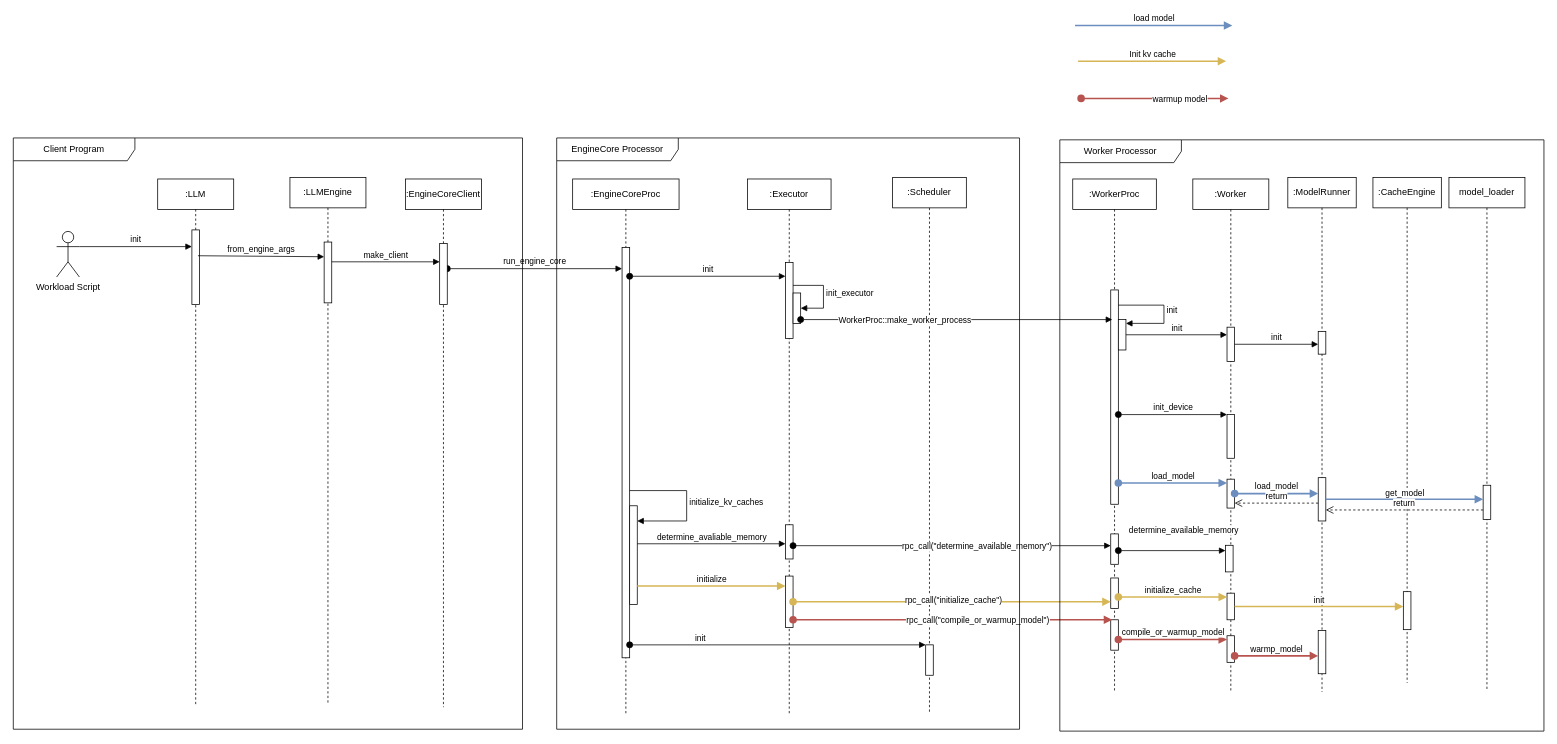
The draw.io diagram page "LLM.init" (2 of 10) of vllm/engine/vllm.drawio in chaojun-zhang/vllm, before the edit. Source tidied: cells renumbered, new cells numbered last; positions are measured from the earlier drawing's top-left corner, leaving out a move shared by most shapes. Both pictures are drawn from the tidied source at 76%, with x=0, y=0 at pixel (13, 25).
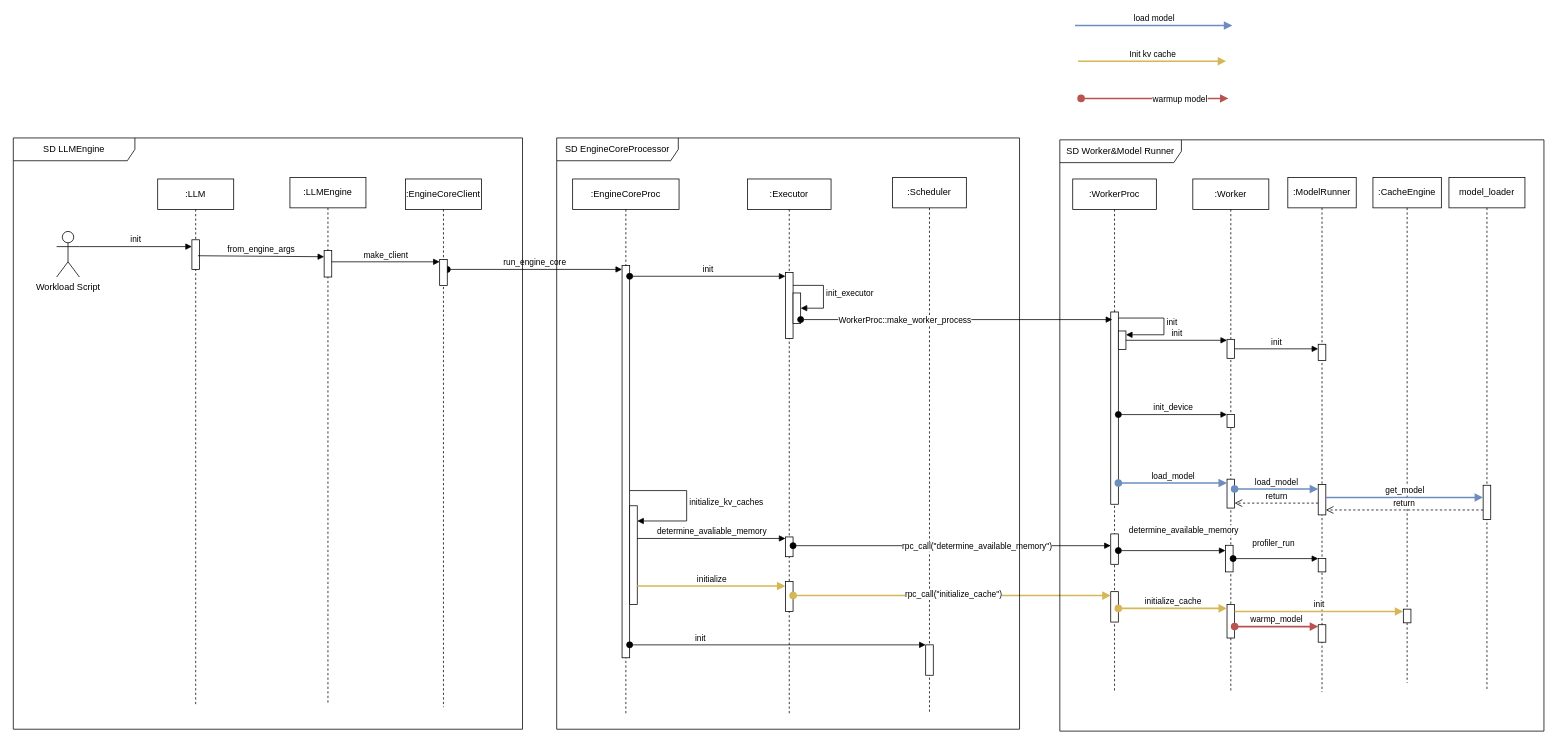
Above is the later version.

The change refers to these unchanged cells:
```xml
<mxCell id="2" value=":EngineCoreProc" style="shape=umlLifeline;whiteSpace=wrap;html=1;newEdgeStyle={&quot;curved&quot;:0,&quot;rounded&quot;:0};perimeter=rectanglePerimeter;targetShapes=umlLifeline;participant=label;" parent="1" vertex="1">
  <mxGeometry x="736" y="202" width="140" height="705" as="geometry" />
</mxCell>
<mxCell id="7" value=":Executor" style="shape=umlLifeline;perimeter=lifelinePerimeter;whiteSpace=wrap;html=1;newEdgeStyle={&quot;curved&quot;:0,&quot;rounded&quot;:0};" parent="1" vertex="1">
  <mxGeometry x="966" y="202" width="110" height="705" as="geometry" />
</mxCell>
<mxCell id="17" value=":WorkerProc" style="shape=umlLifeline;perimeter=lifelinePerimeter;whiteSpace=wrap;html=1;newEdgeStyle={&quot;curved&quot;:0,&quot;rounded&quot;:0};" parent="1" vertex="1">
  <mxGeometry x="1394" y="202" width="110" height="675" as="geometry" />
</mxCell>
<mxCell id="24" value=":Worker" style="shape=umlLifeline;perimeter=lifelinePerimeter;whiteSpace=wrap;html=1;newEdgeStyle={&quot;curved&quot;:0,&quot;rounded&quot;:0};" parent="1" vertex="1">
  <mxGeometry x="1552" y="202" width="100" height="675" as="geometry" />
</mxCell>
<mxCell id="27" style="html=1;points=[[0,0,0,0,5],[0,1,0,0,-5],[1,0,0,0,5],[1,1,0,0,-5]];perimeter=orthogonalPerimeter;outlineConnect=0;targetShapes=umlLifeline;portConstraint=eastwest;newEdgeStyle={&quot;curved&quot;:0,&quot;rounded&quot;:0};" parent="24" vertex="1">
  <mxGeometry x="45" y="395" width="10" height="38" as="geometry" />
</mxCell>
<mxCell id="30" style="html=1;points=[[0,0,0,0,5],[0,1,0,0,-5],[1,0,0,0,5],[1,1,0,0,-5]];perimeter=orthogonalPerimeter;outlineConnect=0;targetShapes=umlLifeline;portConstraint=eastwest;newEdgeStyle={&quot;curved&quot;:0,&quot;rounded&quot;:0};" parent="24" vertex="1">
  <mxGeometry x="43" y="482" width="10" height="35" as="geometry" />
</mxCell>
<mxCell id="33" value=":ModelRunner" style="shape=umlLifeline;perimeter=lifelinePerimeter;whiteSpace=wrap;html=1;newEdgeStyle={&quot;curved&quot;:0,&quot;rounded&quot;:0};" parent="1" vertex="1">
  <mxGeometry x="1677" y="200" width="90" height="677" as="geometry" />
</mxCell>
<mxCell id="38" value=":CacheEngine" style="shape=umlLifeline;perimeter=lifelinePerimeter;whiteSpace=wrap;html=1;newEdgeStyle={&quot;curved&quot;:0,&quot;rounded&quot;:0};" parent="1" vertex="1">
  <mxGeometry x="1789" y="200" width="90" height="665" as="geometry" />
</mxCell>
<mxCell id="45" style="html=1;points=[[0,0,0,0,5],[0,1,0,0,-5],[1,0,0,0,5],[1,1,0,0,-5]];perimeter=orthogonalPerimeter;outlineConnect=0;targetShapes=umlLifeline;portConstraint=eastwest;newEdgeStyle={&quot;curved&quot;:0,&quot;rounded&quot;:0};" parent="44" vertex="1">
  <mxGeometry x="45" y="405" width="10" height="45" as="geometry" />
</mxCell>
<mxCell id="58" value=":EngineCoreClient" style="shape=umlLifeline;perimeter=lifelinePerimeter;whiteSpace=wrap;html=1;newEdgeStyle={&quot;curved&quot;:0,&quot;rounded&quot;:0};" parent="1" vertex="1">
  <mxGeometry x="516" y="202" width="100" height="695" as="geometry" />
</mxCell>
<mxCell id="60" value=":LLMEngine" style="shape=umlLifeline;perimeter=lifelinePerimeter;whiteSpace=wrap;html=1;newEdgeStyle={&quot;curved&quot;:0,&quot;rounded&quot;:0};" parent="1" vertex="1">
  <mxGeometry x="364" y="200" width="100" height="692" as="geometry" />
</mxCell>
<mxCell id="63" value=":LLM" style="shape=umlLifeline;perimeter=lifelinePerimeter;whiteSpace=wrap;html=1;newEdgeStyle={&quot;curved&quot;:0,&quot;rounded&quot;:0};" parent="1" vertex="1">
  <mxGeometry x="190" y="202" width="100" height="694" as="geometry" />
</mxCell>
```

The edit, as a diff of the source:
```diff
@@
     <mxCell id="3" style="html=1;points=[[0,0,0,0,5],[0,1,0,0,-5],[1,0,0,0,5],[1,1,0,0,-5]];perimeter=orthogonalPerimeter;outlineConnect=0;targetShapes=umlLifeline;portConstraint=eastwest;newEdgeStyle={&quot;curved&quot;:0,&quot;rounded&quot;:0};" parent="2" vertex="1">
-      <mxGeometry x="65" y="90" width="10" height="540" as="geometry" />
+      <mxGeometry x="65" y="114" width="10" height="516" as="geometry" />
     </mxCell>
@@
-    <mxCell id="6" value="run_engine_core" style="html=1;verticalAlign=bottom;startArrow=oval;endArrow=block;startSize=8;curved=0;rounded=0;" parent="1" edge="1" source="59">
+    <mxCell id="6" value="run_engine_core" style="html=1;verticalAlign=bottom;startArrow=oval;endArrow=block;startSize=8;curved=0;rounded=0;" parent="1" edge="1">
       <mxGeometry relative="1" as="geometry">
-        <mxPoint x="801" y="320" as="targetPoint" />
+        <mxPoint x="571" y="321" as="sourcePoint" />
+        <mxPoint x="801" y="321" as="targetPoint" />
       </mxGeometry>
     </mxCell>
@@
     <mxCell id="8" style="html=1;points=[[0,0,0,0,5],[0,1,0,0,-5],[1,0,0,0,5],[1,1,0,0,-5]];perimeter=orthogonalPerimeter;outlineConnect=0;targetShapes=umlLifeline;portConstraint=eastwest;newEdgeStyle={&quot;curved&quot;:0,&quot;rounded&quot;:0};" parent="7" vertex="1">
-      <mxGeometry x="50" y="110" width="10" height="100" as="geometry" />
+      <mxGeometry x="50" y="123" width="10" height="87" as="geometry" />
     </mxCell>
@@
     <mxCell id="11" style="html=1;points=[[0,0,0,0,5],[0,1,0,0,-5],[1,0,0,0,5],[1,1,0,0,-5]];perimeter=orthogonalPerimeter;outlineConnect=0;targetShapes=umlLifeline;portConstraint=eastwest;newEdgeStyle={&quot;curved&quot;:0,&quot;rounded&quot;:0};" parent="7" vertex="1">
-      <mxGeometry x="50" y="522.5" width="10" height="67.5" as="geometry" />
+      <mxGeometry x="50" y="529.5" width="10" height="39.5" as="geometry" />
     </mxCell>
     <mxCell id="12" style="html=1;perimeter=orthogonalPerimeter;targetShapes=umlLifeline;newEdgeStyle={&quot;curved&quot;:0,&quot;rounded&quot;:0};" parent="7" vertex="1">
-      <mxGeometry x="50" y="455" width="10" height="45" as="geometry" />
+      <mxGeometry x="50" y="471" width="10" height="26" as="geometry" />
     </mxCell>
@@
     <mxCell id="18" style="html=1;points=[[0,0,0,0,5],[0,1,0,0,-5],[1,0,0,0,5],[1,1,0,0,-5]];perimeter=orthogonalPerimeter;outlineConnect=0;targetShapes=umlLifeline;portConstraint=eastwest;newEdgeStyle={&quot;curved&quot;:0,&quot;rounded&quot;:0};" parent="17" vertex="1">
-      <mxGeometry x="50" y="146" width="10" height="282" as="geometry" />
+      <mxGeometry x="50" y="175" width="10" height="253" as="geometry" />
     </mxCell>
-    <mxCell id="19" style="html=1;points=[[0,0,0,0,5],[0,1,0,0,-5],[1,0,0,0,5],[1,1,0,0,-5]];perimeter=orthogonalPerimeter;outlineConnect=0;targetShapes=umlLifeline;portConstraint=eastwest;newEdgeStyle={&quot;curved&quot;:0,&quot;rounded&quot;:0};" parent="17" vertex="1">
-      <mxGeometry x="60" y="185" width="10" height="40" as="geometry" />
-    </mxCell>
-    <mxCell id="20" value="init" style="html=1;align=left;spacingLeft=2;endArrow=block;rounded=0;edgeStyle=orthogonalEdgeStyle;curved=0;rounded=0;" parent="17" edge="1" source="18" target="19">
-      <mxGeometry relative="1" as="geometry">
-        <Array as="points">
-          <mxPoint x="120" y="166" />
-          <mxPoint x="120" y="190" />
-        </Array>
-      </mxGeometry>
-    </mxCell>
     <mxCell id="21" style="html=1;points=[[0,0,0,0,5],[0,1,0,0,-5],[1,0,0,0,5],[1,1,0,0,-5]];perimeter=orthogonalPerimeter;outlineConnect=0;targetShapes=umlLifeline;portConstraint=eastwest;newEdgeStyle={&quot;curved&quot;:0,&quot;rounded&quot;:0};" parent="17" vertex="1">
-      <mxGeometry x="50" y="525" width="10" height="40" as="geometry" />
+      <mxGeometry x="50" y="543" width="10" height="40" as="geometry" />
     </mxCell>
-    <mxCell id="22" style="html=1;points=[[0,0,0,0,5],[0,1,0,0,-5],[1,0,0,0,5],[1,1,0,0,-5]];perimeter=orthogonalPerimeter;outlineConnect=0;targetShapes=umlLifeline;portConstraint=eastwest;newEdgeStyle={&quot;curved&quot;:0,&quot;rounded&quot;:0};" parent="17" vertex="1">
-      <mxGeometry x="50" y="580" width="10" height="40" as="geometry" />
-    </mxCell>
@@
     <mxCell id="25" style="html=1;points=[[0,0,0,0,5],[0,1,0,0,-5],[1,0,0,0,5],[1,1,0,0,-5]];perimeter=orthogonalPerimeter;outlineConnect=0;targetShapes=umlLifeline;portConstraint=eastwest;newEdgeStyle={&quot;curved&quot;:0,&quot;rounded&quot;:0};" parent="24" vertex="1">
-      <mxGeometry x="45" y="195" width="10" height="45" as="geometry" />
+      <mxGeometry x="45" y="211" width="10" height="25" as="geometry" />
     </mxCell>
     <mxCell id="26" style="html=1;points=[[0,0,0,0,5],[0,1,0,0,-5],[1,0,0,0,5],[1,1,0,0,-5]];perimeter=orthogonalPerimeter;outlineConnect=0;targetShapes=umlLifeline;portConstraint=eastwest;newEdgeStyle={&quot;curved&quot;:0,&quot;rounded&quot;:0};" parent="24" vertex="1">
-      <mxGeometry x="45" y="310" width="10" height="57.5" as="geometry" />
+      <mxGeometry x="45" y="310" width="10" height="17" as="geometry" />
     </mxCell>
@@
     <mxCell id="28" style="html=1;points=[[0,0,0,0,5],[0,1,0,0,-5],[1,0,0,0,5],[1,1,0,0,-5]];perimeter=orthogonalPerimeter;outlineConnect=0;targetShapes=umlLifeline;portConstraint=eastwest;newEdgeStyle={&quot;curved&quot;:0,&quot;rounded&quot;:0};" parent="24" vertex="1">
-      <mxGeometry x="45" y="545" width="10" height="35" as="geometry" />
+      <mxGeometry x="45" y="560" width="10" height="44" as="geometry" />
     </mxCell>
-    <mxCell id="29" style="html=1;points=[[0,0,0,0,5],[0,1,0,0,-5],[1,0,0,0,5],[1,1,0,0,-5]];perimeter=orthogonalPerimeter;outlineConnect=0;targetShapes=umlLifeline;portConstraint=eastwest;newEdgeStyle={&quot;curved&quot;:0,&quot;rounded&quot;:0};" parent="24" vertex="1">
-      <mxGeometry x="45" y="601" width="10" height="35" as="geometry" />
-    </mxCell>
@@
     <mxCell id="34" style="html=1;points=[[0,0,0,0,5],[0,1,0,0,-5],[1,0,0,0,5],[1,1,0,0,-5]];perimeter=orthogonalPerimeter;outlineConnect=0;targetShapes=umlLifeline;portConstraint=eastwest;newEdgeStyle={&quot;curved&quot;:0,&quot;rounded&quot;:0};" parent="33" vertex="1">
-      <mxGeometry x="40" y="202.5" width="10" height="30" as="geometry" />
+      <mxGeometry x="40" y="219.5" width="10" height="21.5" as="geometry" />
     </mxCell>
     <mxCell id="35" style="html=1;points=[[0,0,0,0,5],[0,1,0,0,-5],[1,0,0,0,5],[1,1,0,0,-5]];perimeter=orthogonalPerimeter;outlineConnect=0;targetShapes=umlLifeline;portConstraint=eastwest;newEdgeStyle={&quot;curved&quot;:0,&quot;rounded&quot;:0};" parent="33" vertex="1">
-      <mxGeometry x="40" y="395" width="10" height="57" as="geometry" />
+      <mxGeometry x="40" y="404" width="10" height="40" as="geometry" />
     </mxCell>
-    <mxCell id="36" style="html=1;perimeter=orthogonalPerimeter;targetShapes=umlLifeline;newEdgeStyle={&quot;curved&quot;:0,&quot;rounded&quot;:0};" parent="33" vertex="1">
-      <mxGeometry x="40" y="596" width="10" height="57" as="geometry" />
-    </mxCell>
@@
     <mxCell id="39" style="html=1;points=[[0,0,0,0,5],[0,1,0,0,-5],[1,0,0,0,5],[1,1,0,0,-5]];perimeter=orthogonalPerimeter;outlineConnect=0;targetShapes=umlLifeline;portConstraint=eastwest;newEdgeStyle={&quot;curved&quot;:0,&quot;rounded&quot;:0};" parent="38" vertex="1">
-      <mxGeometry x="40" y="545" width="10" height="50" as="geometry" />
+      <mxGeometry x="40" y="568" width="10" height="18" as="geometry" />
     </mxCell>
-    <mxCell id="40" value="init" style="html=1;verticalAlign=bottom;endArrow=block;curved=0;rounded=0;fillColor=#fff2cc;strokeColor=#d6b656;strokeWidth=2;" parent="1" edge="1" source="28" target="39">
-      <mxGeometry relative="1" as="geometry" />
-    </mxCell>
@@
-    <mxCell id="43" value="load_model" style="html=1;verticalAlign=bottom;startArrow=oval;endArrow=block;startSize=8;curved=0;rounded=0;fillColor=#dae8fc;strokeColor=#6c8ebf;strokeWidth=2;" parent="1" edge="1" source="27" target="35">
-      <mxGeometry relative="1" as="geometry" />
+    <mxCell id="43" value="load_model" style="html=1;verticalAlign=bottom;startArrow=oval;endArrow=block;startSize=8;curved=0;rounded=0;fillColor=#dae8fc;strokeColor=#6c8ebf;strokeWidth=2;" parent="1" edge="1">
+      <mxGeometry relative="1" as="geometry">
+        <mxPoint x="1607" y="610" as="sourcePoint" />
+        <mxPoint x="1717" y="610" as="targetPoint" />
+      </mxGeometry>
     </mxCell>
@@
-    <mxCell id="46" value="get_model" style="html=1;verticalAlign=bottom;endArrow=block;curved=0;rounded=0;fillColor=#dae8fc;strokeColor=#6c8ebf;strokeWidth=2;" parent="1" edge="1" source="35" target="45">
-      <mxGeometry relative="1" as="geometry" />
+    <mxCell id="46" value="get_model" style="html=1;verticalAlign=bottom;endArrow=block;curved=0;rounded=0;fillColor=#dae8fc;strokeColor=#6c8ebf;strokeWidth=2;" parent="1" edge="1">
+      <mxGeometry relative="1" as="geometry">
+        <mxPoint x="1727" y="621" as="sourcePoint" />
+        <mxPoint x="1934" y="621" as="targetPoint" />
+      </mxGeometry>
     </mxCell>
-    <mxCell id="47" style="html=1;verticalAlign=bottom;startArrow=oval;endArrow=block;startSize=8;curved=0;rounded=0;fillColor=#fff2cc;strokeColor=#d6b656;strokeWidth=2;" parent="1" edge="1" source="11" target="21">
-      <mxGeometry x="23" y="295" as="geometry" />
+    <mxCell id="47" style="html=1;verticalAlign=bottom;startArrow=oval;endArrow=block;startSize=8;curved=0;rounded=0;fillColor=#fff2cc;strokeColor=#d6b656;strokeWidth=2;" parent="1" edge="1">
+      <mxGeometry x="23" y="295" as="geometry">
+        <mxPoint x="1026" y="750.2" as="sourcePoint" />
+        <mxPoint x="1444" y="750.2" as="targetPoint" />
+      </mxGeometry>
     </mxCell>
@@
-    <mxCell id="49" value="initialize_cache" style="html=1;verticalAlign=bottom;startArrow=oval;endArrow=block;startSize=8;curved=0;rounded=0;entryX=0;entryY=0;entryDx=0;entryDy=5;fillColor=#fff2cc;strokeColor=#d6b656;strokeWidth=2;" parent="1" edge="1" source="21" target="28">
-      <mxGeometry relative="1" as="geometry" />
+    <mxCell id="49" value="initialize_cache" style="html=1;verticalAlign=bottom;startArrow=oval;endArrow=block;startSize=8;curved=0;rounded=0;entryX=0;entryY=0;entryDx=0;entryDy=5;fillColor=#fff2cc;strokeColor=#d6b656;strokeWidth=2;" parent="1" edge="1">
+      <mxGeometry relative="1" as="geometry">
+        <mxPoint x="1454" y="767" as="sourcePoint" />
+        <mxPoint x="1597" y="767" as="targetPoint" />
+      </mxGeometry>
     </mxCell>
     <mxCell id="50" value="determine_avaliable_memory" style="html=1;verticalAlign=bottom;endArrow=block;curved=0;rounded=0;entryX=0;entryY=1;entryDx=0;entryDy=-5;entryPerimeter=0;" parent="1" edge="1">
       <mxGeometry relative="1" as="geometry">
-        <mxPoint x="821" y="682" as="sourcePoint" />
-        <mxPoint x="1016" y="682" as="targetPoint" />
+        <mxPoint x="821" y="675" as="sourcePoint" />
+        <mxPoint x="1016" y="675" as="targetPoint" />
       </mxGeometry>
     </mxCell>
@@
-    <mxCell id="52" style="html=1;verticalAlign=bottom;startArrow=oval;endArrow=block;startSize=8;curved=0;rounded=0;strokeWidth=2;fillColor=#f8cecc;strokeColor=#b85450;" parent="1" edge="1">
-      <mxGeometry x="23" y="295" as="geometry">
-        <mxPoint x="1026" y="782" as="sourcePoint" />
-        <mxPoint x="1446" y="782" as="targetPoint" />
-      </mxGeometry>
-    </mxCell>
-    <mxCell id="53" value="rpc_call(&quot;compile_or_&lt;span style=&quot;background-color: light-dark(#ffffff, var(--ge-dark-color, #121212)); color: light-dark(rgb(0, 0, 0), rgb(255, 255, 255));&quot;&gt;warmup_model&quot;)&lt;/span&gt;" style="edgeLabel;html=1;align=center;verticalAlign=middle;" parent="52" vertex="1">
-      <mxGeometry relative="1" as="geometry">
-        <mxPoint x="32" as="offset" />
-      </mxGeometry>
-    </mxCell>
@@
-    <mxCell id="56" value="compile_or_warmup_model" style="html=1;verticalAlign=bottom;startArrow=oval;endArrow=block;startSize=8;curved=0;rounded=0;entryX=0;entryY=0;entryDx=0;entryDy=5;entryPerimeter=0;strokeWidth=2;fillColor=#f8cecc;strokeColor=#b85450;" parent="1" edge="1" source="22" target="29">
-      <mxGeometry relative="1" as="geometry" />
-    </mxCell>
@@
     <mxCell id="59" style="html=1;points=[[0,0,0,0,5],[0,1,0,0,-5],[1,0,0,0,5],[1,1,0,0,-5]];perimeter=orthogonalPerimeter;outlineConnect=0;targetShapes=umlLifeline;portConstraint=eastwest;newEdgeStyle={&quot;curved&quot;:0,&quot;rounded&quot;:0};" parent="58" vertex="1">
-      <mxGeometry x="45" y="85" width="10" height="80" as="geometry" />
+      <mxGeometry x="45" y="106" width="10" height="34" as="geometry" />
     </mxCell>
@@
     <mxCell id="61" style="html=1;perimeter=orthogonalPerimeter;targetShapes=umlLifeline;newEdgeStyle={&quot;curved&quot;:0,&quot;rounded&quot;:0};" parent="60" vertex="1">
-      <mxGeometry x="45" y="85" width="10" height="80" as="geometry" />
+      <mxGeometry x="45" y="96" width="10" height="35" as="geometry" />
     </mxCell>
@@
     <mxCell id="64" style="html=1;points=[[0,0,0,0,5],[0,1,0,0,-5],[1,0,0,0,5],[1,1,0,0,-5]];perimeter=orthogonalPerimeter;outlineConnect=0;targetShapes=umlLifeline;portConstraint=eastwest;newEdgeStyle={&quot;curved&quot;:0,&quot;rounded&quot;:0};" parent="63" vertex="1">
-      <mxGeometry x="45" y="67" width="10" height="98" as="geometry" />
+      <mxGeometry x="45" y="80" width="10" height="39" as="geometry" />
     </mxCell>
@@
     <mxCell id="74" value="warmp_model" style="html=1;verticalAlign=bottom;startArrow=oval;endArrow=block;startSize=8;curved=0;rounded=0;strokeWidth=2;fillColor=#f8cecc;strokeColor=#b85450;" parent="1" edge="1">
       <mxGeometry relative="1" as="geometry">
-        <mxPoint x="1607" y="829.5" as="sourcePoint" />
-        <mxPoint x="1717" y="829.5" as="targetPoint" />
+        <mxPoint x="1607" y="791" as="sourcePoint" />
+        <mxPoint x="1717" y="791" as="targetPoint" />
       </mxGeometry>
     </mxCell>
-    <mxCell id="75" value="Client Program" style="shape=umlFrame;whiteSpace=wrap;html=1;width=160;" parent="1" vertex="1">
+    <mxCell id="75" value="SD LLMEngine" style="shape=umlFrame;whiteSpace=wrap;html=1;width=160;" parent="1" vertex="1">
       <mxGeometry y="148" width="670" height="778" as="geometry" />
     </mxCell>
-    <mxCell id="76" value="EngineCore Processor" style="shape=umlFrame;whiteSpace=wrap;html=1;width=160;" parent="1" vertex="1">
+    <mxCell id="76" value="SD EngineCoreProcessor" style="shape=umlFrame;whiteSpace=wrap;html=1;width=160;" parent="1" vertex="1">
       <mxGeometry x="715" y="148" width="609" height="778" as="geometry" />
     </mxCell>
-    <mxCell id="77" value="Worker Processor" style="shape=umlFrame;whiteSpace=wrap;html=1;width=160;" parent="1" vertex="1">
+    <mxCell id="77" value="SD Worker&amp;amp;Model Runner" style="shape=umlFrame;whiteSpace=wrap;html=1;width=160;" parent="1" vertex="1">
       <mxGeometry x="1377" y="150.5" width="637" height="778" as="geometry" />
     </mxCell>
+    <mxCell id="78" style="html=1;points=[[0,0,0,0,5],[0,1,0,0,-5],[1,0,0,0,5],[1,1,0,0,-5]];perimeter=orthogonalPerimeter;outlineConnect=0;targetShapes=umlLifeline;portConstraint=eastwest;newEdgeStyle={&quot;curved&quot;:0,&quot;rounded&quot;:0};" parent="77" vertex="1">
+      <mxGeometry x="340" y="551" width="10" height="17.5" as="geometry" />
+    </mxCell>
+    <mxCell id="40" value="init" style="html=1;verticalAlign=bottom;endArrow=block;curved=0;rounded=0;fillColor=#fff2cc;strokeColor=#d6b656;strokeWidth=2;" parent="77" edge="1">
+      <mxGeometry relative="1" as="geometry">
+        <mxPoint x="230" y="620.5" as="sourcePoint" />
+        <mxPoint x="452" y="620.5" as="targetPoint" />
+      </mxGeometry>
+    </mxCell>
+    <mxCell id="36" style="html=1;perimeter=orthogonalPerimeter;targetShapes=umlLifeline;newEdgeStyle={&quot;curved&quot;:0,&quot;rounded&quot;:0};" parent="77" vertex="1">
+      <mxGeometry x="340" y="638" width="10" height="23" as="geometry" />
+    </mxCell>
+    <mxCell id="19" style="html=1;points=[[0,0,0,0,5],[0,1,0,0,-5],[1,0,0,0,5],[1,1,0,0,-5]];perimeter=orthogonalPerimeter;outlineConnect=0;targetShapes=umlLifeline;portConstraint=eastwest;newEdgeStyle={&quot;curved&quot;:0,&quot;rounded&quot;:0};" parent="77" vertex="1">
+      <mxGeometry x="77" y="251.5" width="10" height="24.5" as="geometry" />
+    </mxCell>
+    <mxCell id="79" value="profiler_run" style="html=1;verticalAlign=bottom;startArrow=oval;endArrow=block;startSize=8;curved=0;rounded=0;" parent="1" edge="1" source="30" target="78">
+      <mxGeometry x="-0.05" y="12" relative="1" as="geometry">
+        <mxPoint y="1" as="offset" />
+      </mxGeometry>
+    </mxCell>
+    <mxCell id="20" value="init" style="html=1;align=left;spacingLeft=2;endArrow=block;rounded=0;edgeStyle=orthogonalEdgeStyle;curved=0;rounded=0;" parent="1" edge="1" source="18" target="19">
+      <mxGeometry relative="1" as="geometry">
+        <Array as="points">
+          <mxPoint x="1514" y="385" />
+          <mxPoint x="1514" y="407" />
+        </Array>
+      </mxGeometry>
+    </mxCell>
```
